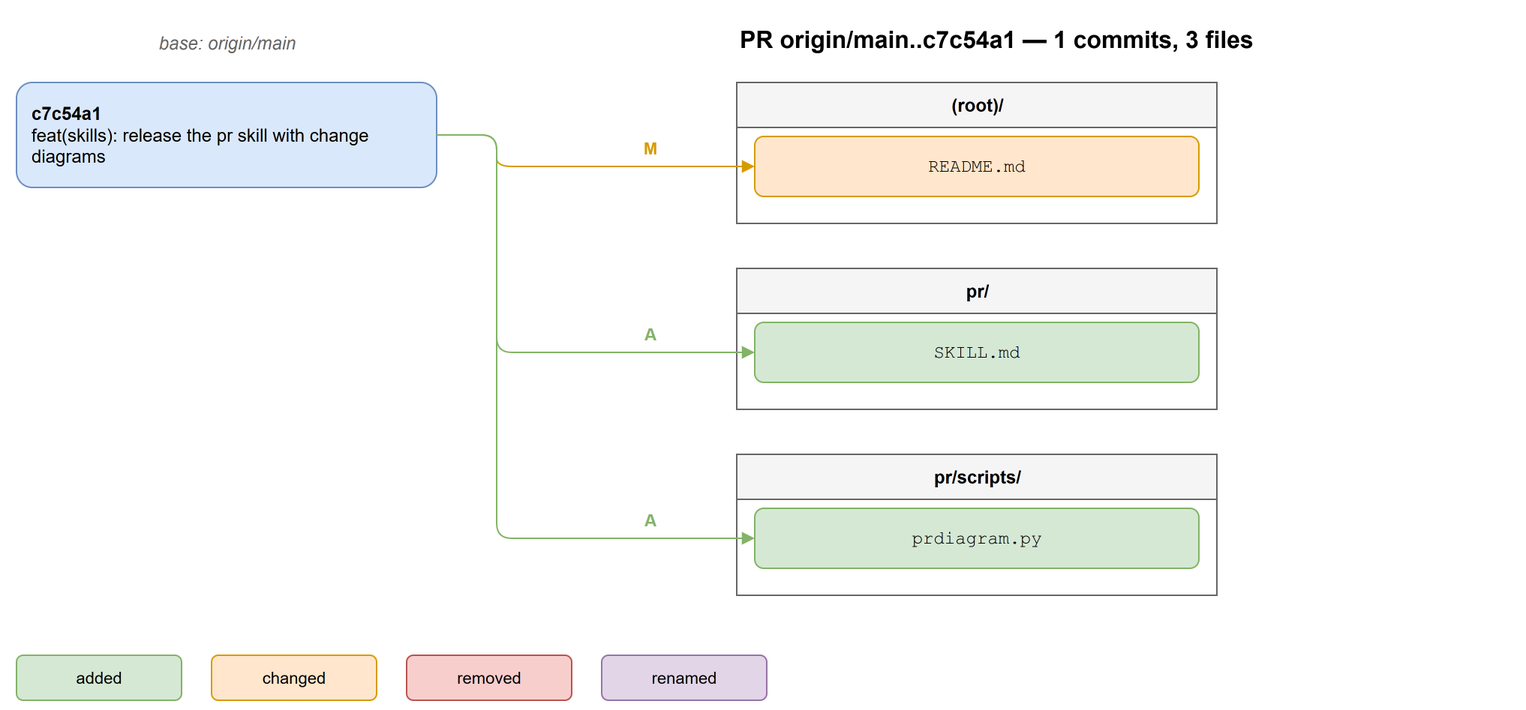
kevindoingstuff/polaris keeps this draw.io diagram as pr-1/pr-changes.drawio.png. Above is the earlier version. Source tidied: cells renumbered, new cells last; positions are measured from the earlier drawing's top-left corner, leaving out a move shared by most shapes. The source it was exported from:
```xml
<mxGraphModel>
  <root>
    <mxCell id="0" />
    <mxCell id="1" parent="0" />
    <mxCell id="2" value="&lt;b&gt;c7c54a1&lt;/b&gt;&#10;feat(skills): release the pr skill with change diagrams" style="rounded=1;whiteSpace=wrap;html=1;fillColor=#dae8fc;strokeColor=#6c8ebf;align=left;spacingLeft=8;" parent="1" vertex="1">
      <mxGeometry y="45" width="280" height="70" as="geometry" />
    </mxCell>
    <mxCell id="3" value="base: origin/main" style="text;html=1;align=center;fontStyle=2;fontColor=#666666;" parent="1" vertex="1">
      <mxGeometry y="5" width="280" height="30" as="geometry" />
    </mxCell>
    <mxCell id="4" value="(root)/" style="swimlane;startSize=30;html=1;fontStyle=1;fillColor=#f5f5f5;strokeColor=#666666;" parent="1" vertex="1">
      <mxGeometry x="480" y="45" width="320" height="94" as="geometry" />
    </mxCell>
    <mxCell id="5" value="README.md" style="rounded=1;whiteSpace=wrap;html=1;fillColor=#ffe6cc;strokeColor=#d79b00;fontFamily=Courier New;" parent="4" vertex="1">
      <mxGeometry x="12" y="36" width="296" height="40" as="geometry" />
    </mxCell>
    <mxCell id="6" value="pr/" style="swimlane;startSize=30;html=1;fontStyle=1;fillColor=#f5f5f5;strokeColor=#666666;" parent="1" vertex="1">
      <mxGeometry x="480" y="169" width="320" height="94" as="geometry" />
    </mxCell>
    <mxCell id="7" value="SKILL.md" style="rounded=1;whiteSpace=wrap;html=1;fillColor=#d5e8d4;strokeColor=#82b366;fontFamily=Courier New;" parent="6" vertex="1">
      <mxGeometry x="12" y="36" width="296" height="40" as="geometry" />
    </mxCell>
    <mxCell id="8" value="pr/scripts/" style="swimlane;startSize=30;html=1;fontStyle=1;fillColor=#f5f5f5;strokeColor=#666666;" parent="1" vertex="1">
      <mxGeometry x="480" y="293" width="320" height="94" as="geometry" />
    </mxCell>
    <mxCell id="9" value="prdiagram.py" style="rounded=1;whiteSpace=wrap;html=1;fillColor=#d5e8d4;strokeColor=#82b366;fontFamily=Courier New;" parent="8" vertex="1">
      <mxGeometry x="12" y="36" width="296" height="40" as="geometry" />
    </mxCell>
    <mxCell id="10" value="M" style="edgeStyle=orthogonalEdgeStyle;html=1;rounded=1;endArrow=block;strokeColor=#d79b00;fontColor=#d79b00;fontStyle=1;exitX=1;exitY=0.5;entryX=0;entryY=0.5;labelBackgroundColor=#ffffff;" parent="1" edge="1" source="2" target="5">
      <mxGeometry x="1" relative="1" as="geometry">
        <Array as="points">
          <mxPoint x="320" y="101" />
        </Array>
        <mxPoint x="-70" y="-12" as="offset" />
      </mxGeometry>
    </mxCell>
    <mxCell id="11" value="A" style="edgeStyle=orthogonalEdgeStyle;html=1;rounded=1;endArrow=block;strokeColor=#82b366;fontColor=#82b366;fontStyle=1;exitX=1;exitY=0.5;entryX=0;entryY=0.5;labelBackgroundColor=#ffffff;" parent="1" edge="1" source="2" target="7">
      <mxGeometry x="1" relative="1" as="geometry">
        <Array as="points">
          <mxPoint x="320" y="225" />
        </Array>
        <mxPoint x="-70" y="-12" as="offset" />
      </mxGeometry>
    </mxCell>
    <mxCell id="12" value="A" style="edgeStyle=orthogonalEdgeStyle;html=1;rounded=1;endArrow=block;strokeColor=#82b366;fontColor=#82b366;fontStyle=1;exitX=1;exitY=0.5;entryX=0;entryY=0.5;labelBackgroundColor=#ffffff;" parent="1" edge="1" source="2" target="9">
      <mxGeometry x="1" relative="1" as="geometry">
        <Array as="points">
          <mxPoint x="320" y="349" />
        </Array>
        <mxPoint x="-70" y="-12" as="offset" />
      </mxGeometry>
    </mxCell>
    <mxCell id="13" value="added" style="rounded=1;whiteSpace=wrap;html=1;fontSize=11;fillColor=#d5e8d4;strokeColor=#82b366;" parent="1" vertex="1">
      <mxGeometry y="427" width="110" height="30" as="geometry" />
    </mxCell>
    <mxCell id="14" value="changed" style="rounded=1;whiteSpace=wrap;html=1;fontSize=11;fillColor=#ffe6cc;strokeColor=#d79b00;" parent="1" vertex="1">
      <mxGeometry x="130" y="427" width="110" height="30" as="geometry" />
    </mxCell>
    <mxCell id="15" value="removed" style="rounded=1;whiteSpace=wrap;html=1;fontSize=11;fillColor=#f8cecc;strokeColor=#b85450;" parent="1" vertex="1">
      <mxGeometry x="260" y="427" width="110" height="30" as="geometry" />
    </mxCell>
    <mxCell id="16" value="renamed" style="rounded=1;whiteSpace=wrap;html=1;fontSize=11;fillColor=#e1d5e7;strokeColor=#9673a6;" parent="1" vertex="1">
      <mxGeometry x="390" y="427" width="110" height="30" as="geometry" />
    </mxCell>
    <mxCell id="17" value="PR origin/main..c7c54a1 — 1 commits, 3 files" style="text;html=1;fontSize=16;fontStyle=1;" parent="1" vertex="1">
      <mxGeometry x="480" width="520" height="30" as="geometry" />
    </mxCell>
  </root>
</mxGraphModel>
```
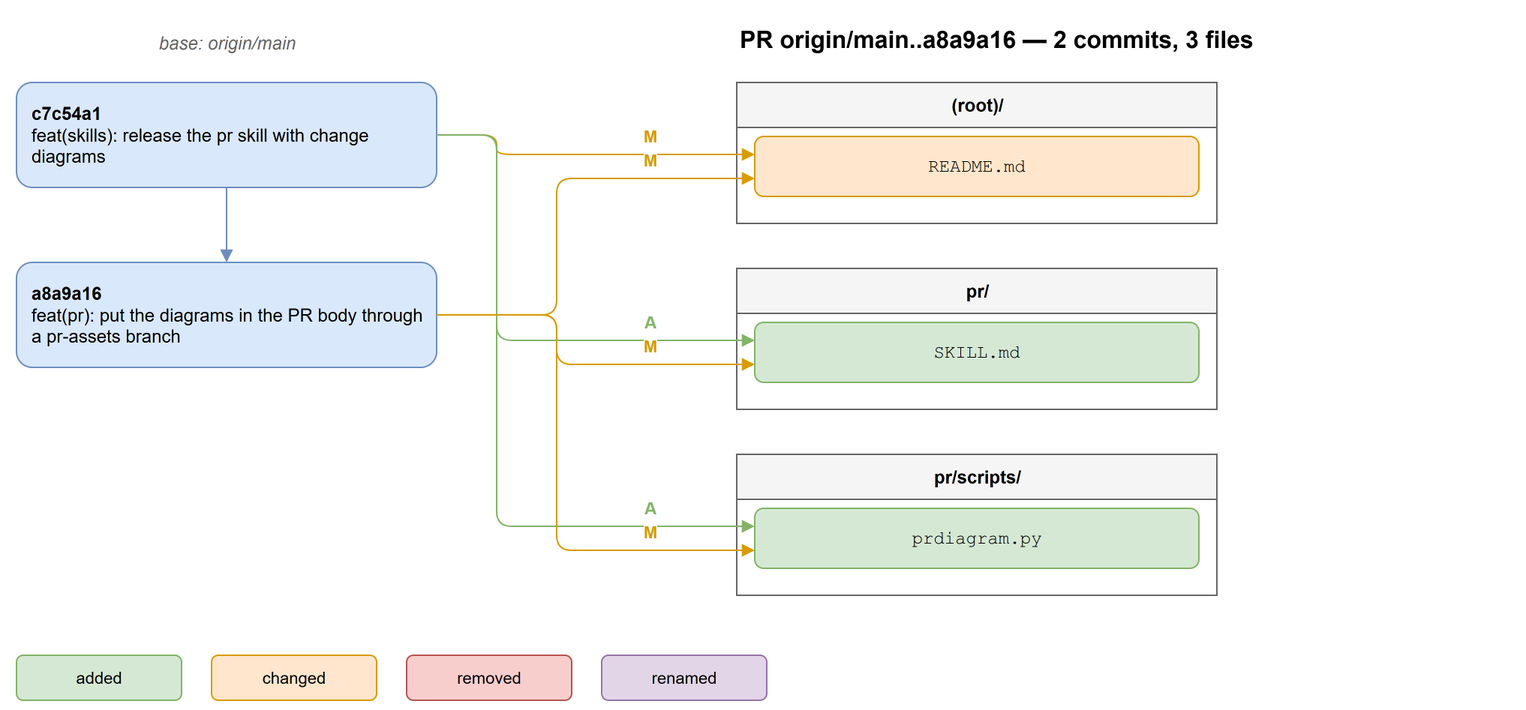
Later version of the same file.

The edit, as a diff of the source:
```diff
@@ -5,65 +5,95 @@
     <mxCell id="2" value="&lt;b&gt;c7c54a1&lt;/b&gt;&#10;feat(skills): release the pr skill with change diagrams" style="rounded=1;whiteSpace=wrap;html=1;fillColor=#dae8fc;strokeColor=#6c8ebf;align=left;spacingLeft=8;" parent="1" vertex="1">
       <mxGeometry y="45" width="280" height="70" as="geometry" />
     </mxCell>
-    <mxCell id="3" value="base: origin/main" style="text;html=1;align=center;fontStyle=2;fontColor=#666666;" parent="1" vertex="1">
-      <mxGeometry y="5" width="280" height="30" as="geometry" />
+    <mxCell id="3" value="&lt;b&gt;a8a9a16&lt;/b&gt;&#10;feat(pr): put the diagrams in the PR body through a pr-assets branch" style="rounded=1;whiteSpace=wrap;html=1;fillColor=#dae8fc;strokeColor=#6c8ebf;align=left;spacingLeft=8;" parent="1" vertex="1">
+      <mxGeometry y="165" width="280" height="70" as="geometry" />
     </mxCell>
-    <mxCell id="4" value="(root)/" style="swimlane;startSize=30;html=1;fontStyle=1;fillColor=#f5f5f5;strokeColor=#666666;" parent="1" vertex="1">
-      <mxGeometry x="480" y="45" width="320" height="94" as="geometry" />
+    <mxCell id="4" style="edgeStyle=orthogonalEdgeStyle;html=1;rounded=1;endArrow=block;strokeColor=#6c8ebf;" parent="1" edge="1" source="2" target="3">
+      <mxGeometry relative="1" as="geometry" />
     </mxCell>
-    <mxCell id="5" value="README.md" style="rounded=1;whiteSpace=wrap;html=1;fillColor=#ffe6cc;strokeColor=#d79b00;fontFamily=Courier New;" parent="4" vertex="1">
-      <mxGeometry x="12" y="36" width="296" height="40" as="geometry" />
+    <mxCell id="5" value="base: origin/main" style="text;html=1;align=center;fontStyle=2;fontColor=#666666;" parent="1" vertex="1">
+      <mxGeometry y="5" width="280" height="30" as="geometry" />
     </mxCell>
-    <mxCell id="6" value="pr/" style="swimlane;startSize=30;html=1;fontStyle=1;fillColor=#f5f5f5;strokeColor=#666666;" parent="1" vertex="1">
-      <mxGeometry x="480" y="169" width="320" height="94" as="geometry" />
+    <mxCell id="6" value="(root)/" style="swimlane;startSize=30;html=1;fontStyle=1;fillColor=#f5f5f5;strokeColor=#666666;" parent="1" vertex="1">
+      <mxGeometry x="480" y="45" width="320" height="94" as="geometry" />
     </mxCell>
-    <mxCell id="7" value="SKILL.md" style="rounded=1;whiteSpace=wrap;html=1;fillColor=#d5e8d4;strokeColor=#82b366;fontFamily=Courier New;" parent="6" vertex="1">
+    <mxCell id="7" value="README.md" style="rounded=1;whiteSpace=wrap;html=1;fillColor=#ffe6cc;strokeColor=#d79b00;fontFamily=Courier New;" parent="6" vertex="1">
       <mxGeometry x="12" y="36" width="296" height="40" as="geometry" />
     </mxCell>
-    <mxCell id="8" value="pr/scripts/" style="swimlane;startSize=30;html=1;fontStyle=1;fillColor=#f5f5f5;strokeColor=#666666;" parent="1" vertex="1">
-      <mxGeometry x="480" y="293" width="320" height="94" as="geometry" />
+    <mxCell id="8" value="pr/" style="swimlane;startSize=30;html=1;fontStyle=1;fillColor=#f5f5f5;strokeColor=#666666;" parent="1" vertex="1">
+      <mxGeometry x="480" y="169" width="320" height="94" as="geometry" />
     </mxCell>
-    <mxCell id="9" value="prdiagram.py" style="rounded=1;whiteSpace=wrap;html=1;fillColor=#d5e8d4;strokeColor=#82b366;fontFamily=Courier New;" parent="8" vertex="1">
+    <mxCell id="9" value="SKILL.md" style="rounded=1;whiteSpace=wrap;html=1;fillColor=#d5e8d4;strokeColor=#82b366;fontFamily=Courier New;" parent="8" vertex="1">
       <mxGeometry x="12" y="36" width="296" height="40" as="geometry" />
     </mxCell>
-    <mxCell id="10" value="M" style="edgeStyle=orthogonalEdgeStyle;html=1;rounded=1;endArrow=block;strokeColor=#d79b00;fontColor=#d79b00;fontStyle=1;exitX=1;exitY=0.5;entryX=0;entryY=0.5;labelBackgroundColor=#ffffff;" parent="1" edge="1" source="2" target="5">
-      <mxGeometry x="1" relative="1" as="geometry">
-        <Array as="points">
-          <mxPoint x="320" y="101" />
-        </Array>
-        <mxPoint x="-70" y="-12" as="offset" />
-      </mxGeometry>
+    <mxCell id="10" value="pr/scripts/" style="swimlane;startSize=30;html=1;fontStyle=1;fillColor=#f5f5f5;strokeColor=#666666;" parent="1" vertex="1">
+      <mxGeometry x="480" y="293" width="320" height="94" as="geometry" />
     </mxCell>
-    <mxCell id="11" value="A" style="edgeStyle=orthogonalEdgeStyle;html=1;rounded=1;endArrow=block;strokeColor=#82b366;fontColor=#82b366;fontStyle=1;exitX=1;exitY=0.5;entryX=0;entryY=0.5;labelBackgroundColor=#ffffff;" parent="1" edge="1" source="2" target="7">
-      <mxGeometry x="1" relative="1" as="geometry">
-        <Array as="points">
-          <mxPoint x="320" y="225" />
-        </Array>
-        <mxPoint x="-70" y="-12" as="offset" />
-      </mxGeometry>
+    <mxCell id="11" value="prdiagram.py" style="rounded=1;whiteSpace=wrap;html=1;fillColor=#d5e8d4;strokeColor=#82b366;fontFamily=Courier New;" parent="10" vertex="1">
+      <mxGeometry x="12" y="36" width="296" height="40" as="geometry" />
     </mxCell>
-    <mxCell id="12" value="A" style="edgeStyle=orthogonalEdgeStyle;html=1;rounded=1;endArrow=block;strokeColor=#82b366;fontColor=#82b366;fontStyle=1;exitX=1;exitY=0.5;entryX=0;entryY=0.5;labelBackgroundColor=#ffffff;" parent="1" edge="1" source="2" target="9">
+    <mxCell id="12" value="M" style="edgeStyle=orthogonalEdgeStyle;html=1;rounded=1;endArrow=block;strokeColor=#d79b00;fontColor=#d79b00;fontStyle=1;exitX=1;exitY=0.5;entryX=0;entryY=0.3;labelBackgroundColor=#ffffff;" parent="1" edge="1" source="2" target="7">
       <mxGeometry x="1" relative="1" as="geometry">
         <Array as="points">
-          <mxPoint x="320" y="349" />
+          <mxPoint x="320" y="93" />
         </Array>
         <mxPoint x="-70" y="-12" as="offset" />
       </mxGeometry>
     </mxCell>
-    <mxCell id="13" value="added" style="rounded=1;whiteSpace=wrap;html=1;fontSize=11;fillColor=#d5e8d4;strokeColor=#82b366;" parent="1" vertex="1">
-      <mxGeometry y="427" width="110" height="30" as="geometry" />
+    <mxCell id="13" value="M" style="edgeStyle=orthogonalEdgeStyle;html=1;rounded=1;endArrow=block;strokeColor=#d79b00;fontColor=#d79b00;fontStyle=1;exitX=1;exitY=0.5;entryX=0;entryY=0.7;labelBackgroundColor=#ffffff;" parent="1" edge="1" source="3" target="7">
+      <mxGeometry x="1" relative="1" as="geometry">
+        <Array as="points">
+          <mxPoint x="360" y="109" />
+        </Array>
+        <mxPoint x="-70" y="-12" as="offset" />
+      </mxGeometry>
     </mxCell>
-    <mxCell id="14" value="changed" style="rounded=1;whiteSpace=wrap;html=1;fontSize=11;fillColor=#ffe6cc;strokeColor=#d79b00;" parent="1" vertex="1">
-      <mxGeometry x="130" y="427" width="110" height="30" as="geometry" />
+    <mxCell id="14" value="A" style="edgeStyle=orthogonalEdgeStyle;html=1;rounded=1;endArrow=block;strokeColor=#82b366;fontColor=#82b366;fontStyle=1;exitX=1;exitY=0.5;entryX=0;entryY=0.3;labelBackgroundColor=#ffffff;" parent="1" edge="1" source="2" target="9">
+      <mxGeometry x="1" relative="1" as="geometry">
+        <Array as="points">
+          <mxPoint x="320" y="217" />
+        </Array>
+        <mxPoint x="-70" y="-12" as="offset" />
+      </mxGeometry>
     </mxCell>
-    <mxCell id="15" value="removed" style="rounded=1;whiteSpace=wrap;html=1;fontSize=11;fillColor=#f8cecc;strokeColor=#b85450;" parent="1" vertex="1">
-      <mxGeometry x="260" y="427" width="110" height="30" as="geometry" />
+    <mxCell id="15" value="M" style="edgeStyle=orthogonalEdgeStyle;html=1;rounded=1;endArrow=block;strokeColor=#d79b00;fontColor=#d79b00;fontStyle=1;exitX=1;exitY=0.5;entryX=0;entryY=0.7;labelBackgroundColor=#ffffff;" parent="1" edge="1" source="3" target="9">
+      <mxGeometry x="1" relative="1" as="geometry">
+        <Array as="points">
+          <mxPoint x="360" y="233" />
+        </Array>
+        <mxPoint x="-70" y="-12" as="offset" />
+      </mxGeometry>
     </mxCell>
-    <mxCell id="16" value="renamed" style="rounded=1;whiteSpace=wrap;html=1;fontSize=11;fillColor=#e1d5e7;strokeColor=#9673a6;" parent="1" vertex="1">
-      <mxGeometry x="390" y="427" width="110" height="30" as="geometry" />
+    <mxCell id="16" value="A" style="edgeStyle=orthogonalEdgeStyle;html=1;rounded=1;endArrow=block;strokeColor=#82b366;fontColor=#82b366;fontStyle=1;exitX=1;exitY=0.5;entryX=0;entryY=0.3;labelBackgroundColor=#ffffff;" parent="1" edge="1" source="2" target="11">
+      <mxGeometry x="1" relative="1" as="geometry">
+        <Array as="points">
+          <mxPoint x="320" y="341" />
+        </Array>
+        <mxPoint x="-70" y="-12" as="offset" />
+      </mxGeometry>
     </mxCell>
-    <mxCell id="17" value="PR origin/main..c7c54a1 — 1 commits, 3 files" style="text;html=1;fontSize=16;fontStyle=1;" parent="1" vertex="1">
-      <mxGeometry x="480" width="520" height="30" as="geometry" />
+    <mxCell id="17" value="M" style="edgeStyle=orthogonalEdgeStyle;html=1;rounded=1;endArrow=block;strokeColor=#d79b00;fontColor=#d79b00;fontStyle=1;exitX=1;exitY=0.5;entryX=0;entryY=0.7;labelBackgroundColor=#ffffff;" parent="1" edge="1" source="3" target="11">
+      <mxGeometry x="1" relative="1" as="geometry">
+        <Array as="points">
+          <mxPoint x="360" y="357" />
+        </Array>
+        <mxPoint x="-70" y="-12" as="offset" />
+      </mxGeometry>
     </mxCell>
+    <mxCell id="18" value="added" style="rounded=1;whiteSpace=wrap;html=1;fontSize=11;fillColor=#d5e8d4;strokeColor=#82b366;" parent="1" vertex="1">
+      <mxGeometry y="427" width="110" height="30" as="geometry" />
+    </mxCell>
+    <mxCell id="19" value="changed" style="rounded=1;whiteSpace=wrap;html=1;fontSize=11;fillColor=#ffe6cc;strokeColor=#d79b00;" parent="1" vertex="1">
+      <mxGeometry x="130" y="427" width="110" height="30" as="geometry" />
+    </mxCell>
+    <mxCell id="20" value="removed" style="rounded=1;whiteSpace=wrap;html=1;fontSize=11;fillColor=#f8cecc;strokeColor=#b85450;" parent="1" vertex="1">
+      <mxGeometry x="260" y="427" width="110" height="30" as="geometry" />
+    </mxCell>
+    <mxCell id="21" value="renamed" style="rounded=1;whiteSpace=wrap;html=1;fontSize=11;fillColor=#e1d5e7;strokeColor=#9673a6;" parent="1" vertex="1">
+      <mxGeometry x="390" y="427" width="110" height="30" as="geometry" />
+    </mxCell>
+    <mxCell id="22" value="PR origin/main..a8a9a16 — 2 commits, 3 files" style="text;html=1;fontSize=16;fontStyle=1;" parent="1" vertex="1">
+      <mxGeometry x="480" width="520" height="30" as="geometry" />
+    </mxCell>
   </root>
 </mxGraphModel>
```
